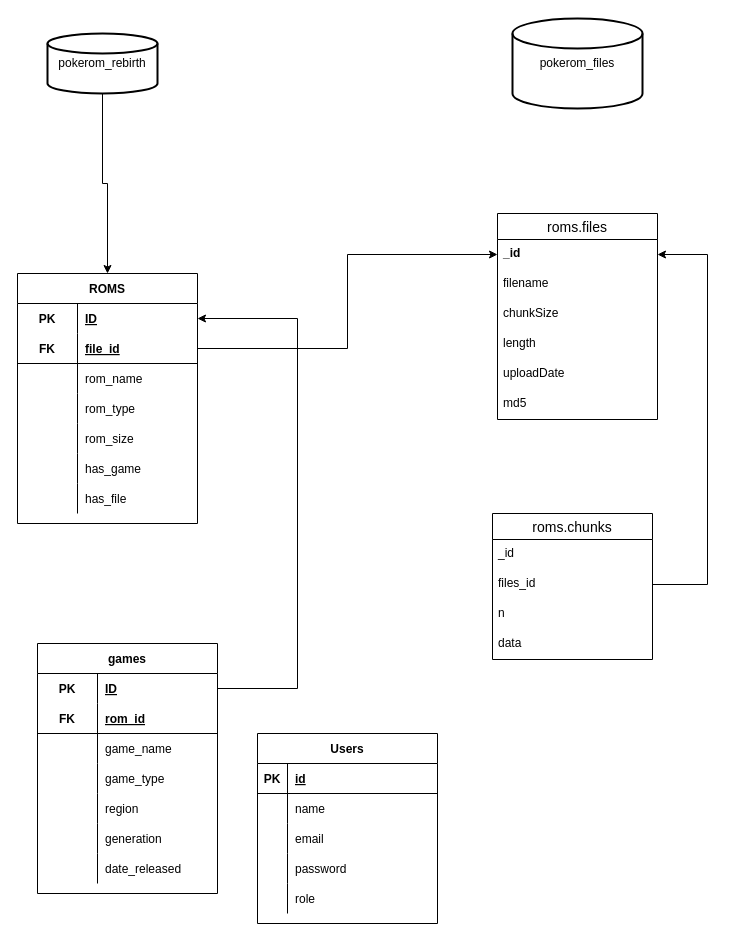
Above: page "er schema" (1 of 3) of misc/schemas/schema.drawio in bag33188/pokerom_rebirth (draw.io), before the change. Source tidied: cells renumbered, new cells numbered last; positions are measured from the earlier drawing's top-left corner, leaving out a move shared by most shapes. Both pictures are drawn from the tidied source at 100%, with x=0, y=0 at pixel (17, 18).
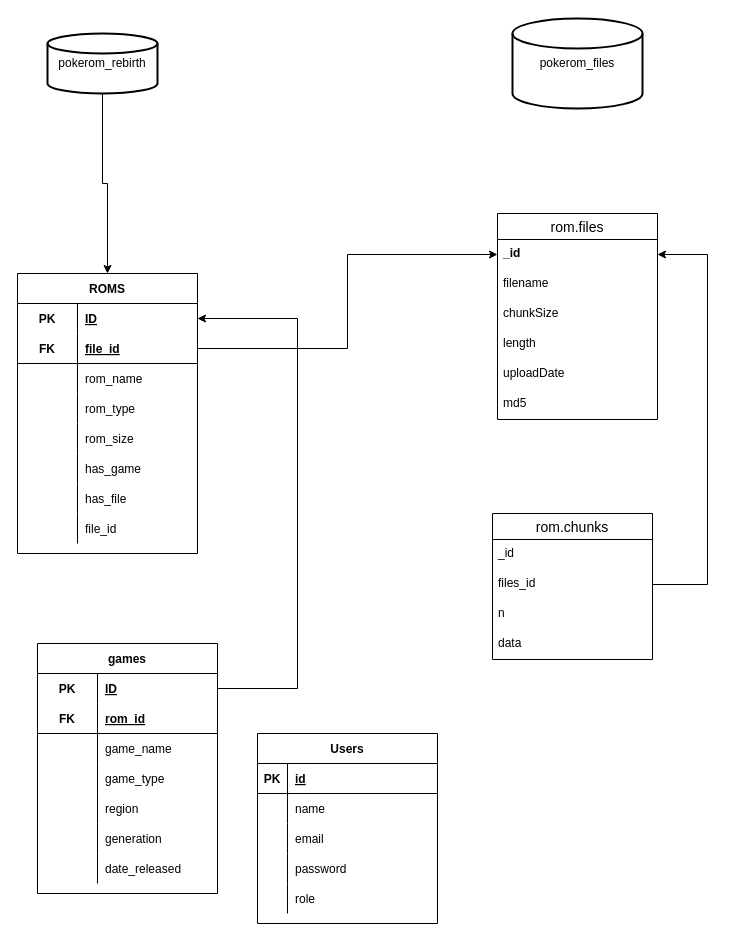
The same diagram, later.

The edit, as a diff of the source:
```diff
@@
     <mxCell id="2" value="ROMS" style="shape=table;startSize=30;childLayout=tableLayout;rowLines=0;fontStyle=1;align=center;" parent="1" vertex="1">
-      <mxGeometry y="255" width="180" height="250" as="geometry" />
+      <mxGeometry y="255" width="180" height="280" as="geometry" />
     </mxCell>
@@
+    <mxCell id="80" style="shape=tableRow;horizontal=0;startSize=0;swimlaneHead=0;swimlaneBody=0;fillColor=none;top=0;left=0;right=0;bottom=0;" parent="2" vertex="1">
+      <mxGeometry y="240" width="180" height="30" as="geometry" />
+    </mxCell>
+    <mxCell id="81" style="shape=partialRectangle;fillColor=none;top=0;left=0;bottom=0;right=0;overflow=hidden;" parent="80" vertex="1">
+      <mxGeometry width="60" height="30" as="geometry" />
+    </mxCell>
+    <mxCell id="82" value="file_id" style="shape=partialRectangle;fillColor=none;top=0;left=0;bottom=0;right=0;align=left;spacingLeft=6;overflow=hidden;" parent="80" vertex="1">
+      <mxGeometry x="60" width="120" height="30" as="geometry" />
+    </mxCell>
@@
-    <mxCell id="27" value="roms.files" style="swimlane;fontStyle=0;horizontal=1;startSize=26;align=center;fontSize=14;" parent="1" vertex="1">
+    <mxCell id="27" value="rom.files" style="swimlane;fontStyle=0;horizontal=1;startSize=26;align=center;fontSize=14;" parent="1" vertex="1">
       <mxGeometry x="480" y="195" width="160" height="206" as="geometry" />
     </mxCell>
@@
-    <mxCell id="74" value="roms.chunks" style="swimlane;fontStyle=0;horizontal=1;startSize=26;align=center;fontSize=14;" parent="1" vertex="1">
+    <mxCell id="74" value="rom.chunks" style="swimlane;fontStyle=0;horizontal=1;startSize=26;align=center;fontSize=14;" parent="1" vertex="1">
       <mxGeometry x="475" y="495" width="160" height="146" as="geometry" />
     </mxCell>
```
